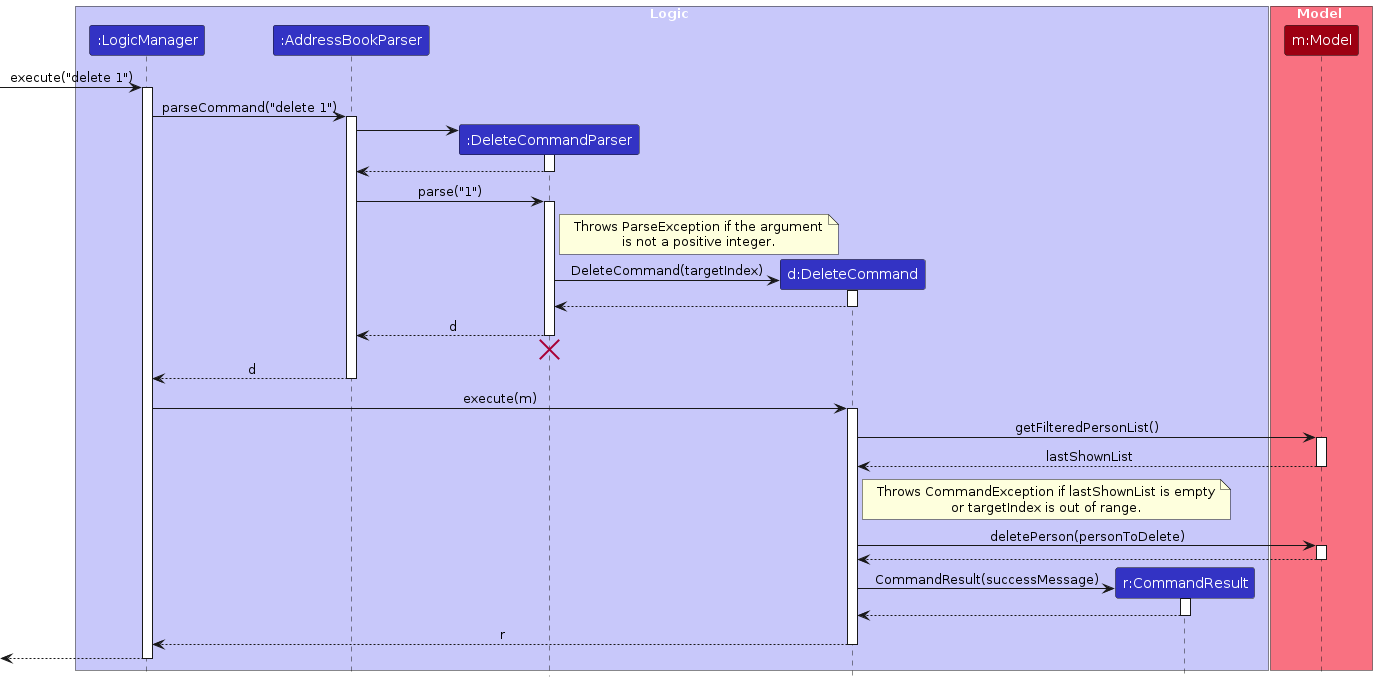
This is diagrams/DeleteSequenceDiagram.png from AY2627S1-CS2103T-T08-1/tp, a PlantUML export, as it was before one commit. Its source is kept beside it as diagrams/DeleteSequenceDiagram.puml. Source of this version:
```plantuml
@startuml
!include style.puml
skinparam ArrowFontStyle plain

box Logic LOGIC_COLOR_T1
participant ":LogicManager" as LogicManager LOGIC_COLOR
participant ":AddressBookParser" as AddressBookParser LOGIC_COLOR
participant ":DeleteCommandParser" as DeleteCommandParser LOGIC_COLOR
participant "d:DeleteCommand" as DeleteCommand LOGIC_COLOR
participant "r:CommandResult" as CommandResult LOGIC_COLOR
end box

box Model MODEL_COLOR_T1
participant "m:Model" as Model MODEL_COLOR
end box

[-> LogicManager : execute("delete 1")
activate LogicManager

LogicManager -> AddressBookParser : parseCommand("delete 1")
activate AddressBookParser

create DeleteCommandParser
AddressBookParser -> DeleteCommandParser
activate DeleteCommandParser

DeleteCommandParser --> AddressBookParser
deactivate DeleteCommandParser

AddressBookParser -> DeleteCommandParser : parse("1")
activate DeleteCommandParser

note right of DeleteCommandParser
  Throws ParseException if the argument
  is not a positive integer.
end note

create DeleteCommand
DeleteCommandParser -> DeleteCommand : DeleteCommand(targetIndex)
activate DeleteCommand

DeleteCommand --> DeleteCommandParser :
deactivate DeleteCommand

DeleteCommandParser --> AddressBookParser : d
deactivate DeleteCommandParser
DeleteCommandParser -[hidden]-> AddressBookParser
destroy DeleteCommandParser

AddressBookParser --> LogicManager : d
deactivate AddressBookParser

LogicManager -> DeleteCommand : execute(m)
activate DeleteCommand

DeleteCommand -> Model : getFilteredPersonList()
activate Model

Model --> DeleteCommand : lastShownList
deactivate Model

note right of DeleteCommand
  Throws CommandException if lastShownList is empty
  or targetIndex is out of range.
end note

DeleteCommand -> Model : deletePerson(personToDelete)
activate Model

Model --> DeleteCommand
deactivate Model

create CommandResult
DeleteCommand -> CommandResult : CommandResult(successMessage)
activate CommandResult

CommandResult --> DeleteCommand
deactivate CommandResult

DeleteCommand --> LogicManager : r
deactivate DeleteCommand

[<--LogicManager
deactivate LogicManager
@enduml
```
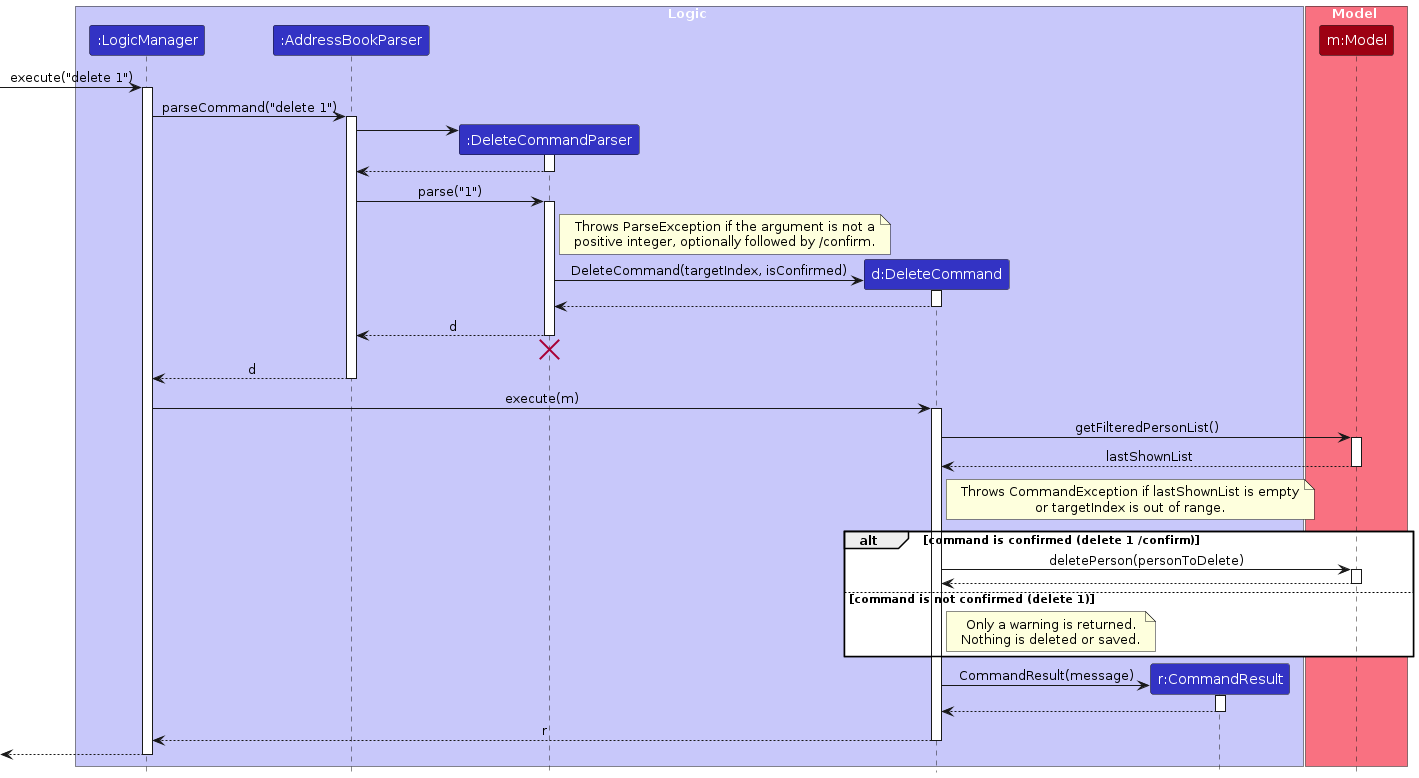
After the change.

Diff of the diagram source:
```diff
@@ -31,12 +31,12 @@
 activate DeleteCommandParser
 
 note right of DeleteCommandParser
-  Throws ParseException if the argument
-  is not a positive integer.
+  Throws ParseException if the argument is not a
+  positive integer, optionally followed by /confirm.
 end note
 
 create DeleteCommand
-DeleteCommandParser -> DeleteCommand : DeleteCommand(targetIndex)
+DeleteCommandParser -> DeleteCommand : DeleteCommand(targetIndex, isConfirmed)
 activate DeleteCommand
 
 DeleteCommand --> DeleteCommandParser :
@@ -64,14 +64,21 @@
   or targetIndex is out of range.
 end note
 
-DeleteCommand -> Model : deletePerson(personToDelete)
-activate Model
+alt command is confirmed (delete 1 /confirm)
+    DeleteCommand -> Model : deletePerson(personToDelete)
+    activate Model
 
-Model --> DeleteCommand
-deactivate Model
+    Model --> DeleteCommand
+    deactivate Model
+else command is not confirmed (delete 1)
+    note right of DeleteCommand
+      Only a warning is returned.
+      Nothing is deleted or saved.
+    end note
+end
 
 create CommandResult
-DeleteCommand -> CommandResult : CommandResult(successMessage)
+DeleteCommand -> CommandResult : CommandResult(message)
 activate CommandResult
 
 CommandResult --> DeleteCommand
```
